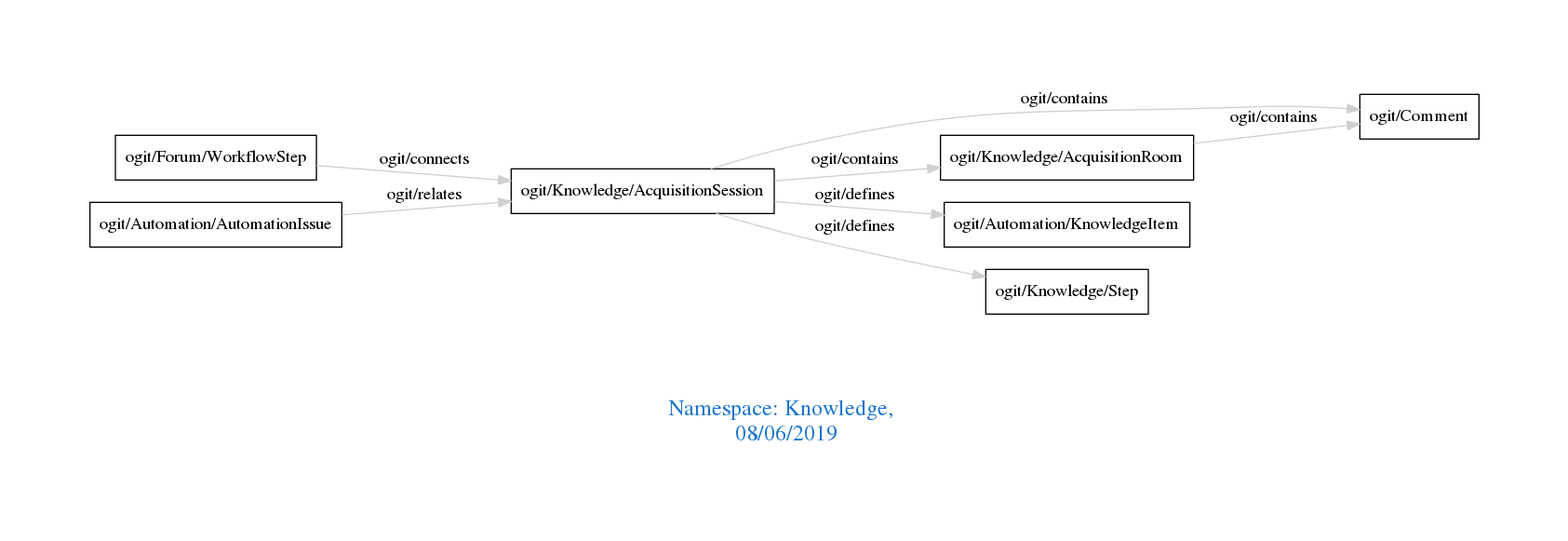
Above: downloads/Knowledge.png in arago/OGIT (Graphviz), before the change. Its source is kept beside it as downloads/Knowledge.dot.
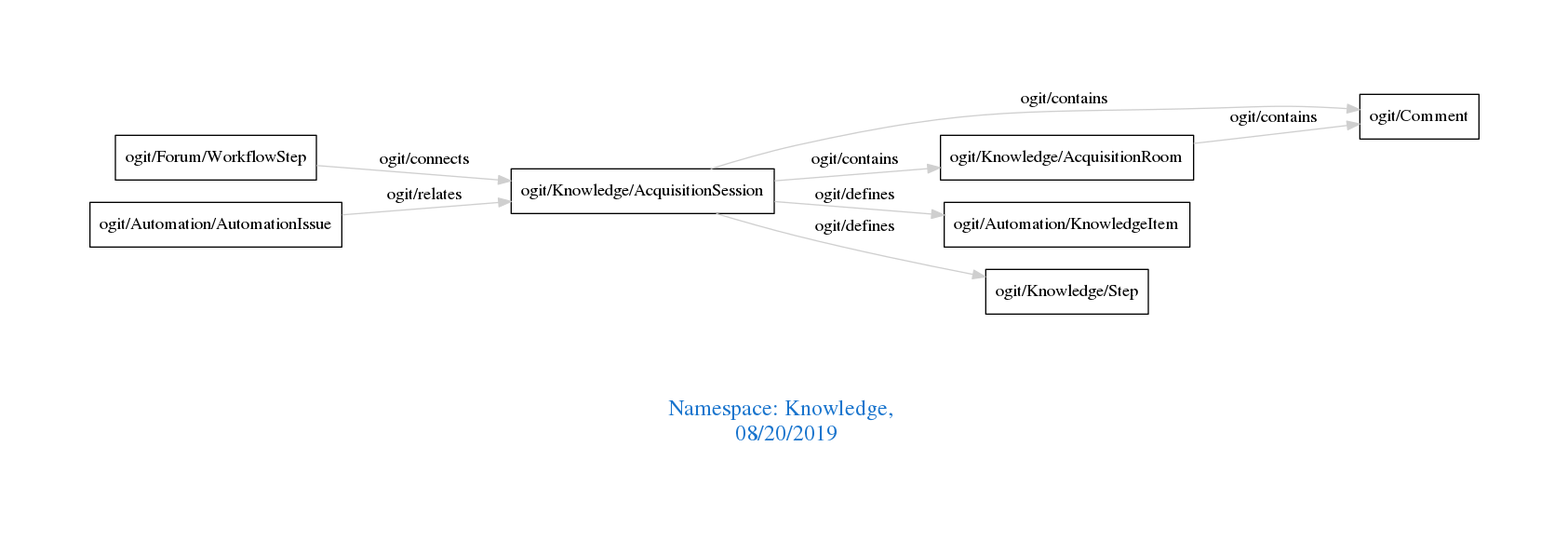
The same diagram one commit later.

Diff of the diagram source:
```diff
@@ -1,7 +1,7 @@
 digraph OGIT_ontology {
  graph [ rankdir= LR,pad=1
 fontsize = 18,
-fontcolor= dodgerblue3,label = "\n\n\nNamespace: Knowledge, \n 08/06/2019"];
+fontcolor= dodgerblue3,label = "\n\n\nNamespace: Knowledge, \n 08/20/2019"];
 node[shape=polygon];
 edge [  color="gray81"];
 
```
